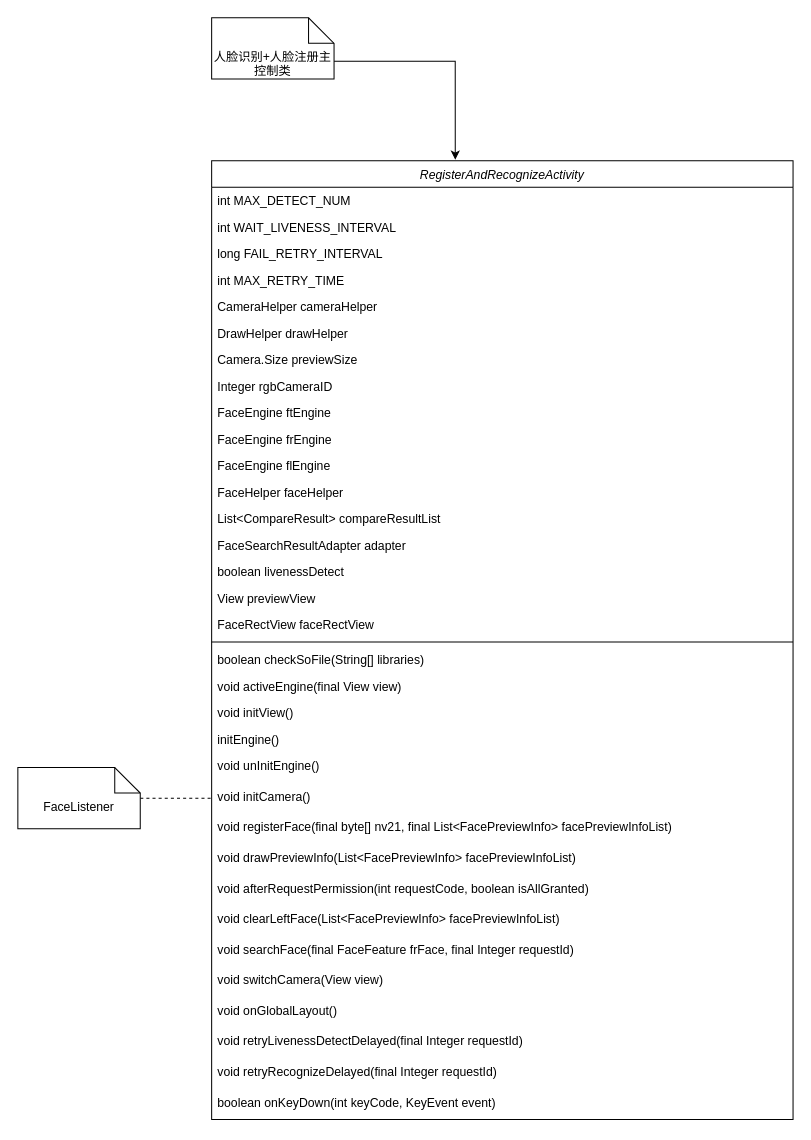
Earlier version of the draw.io diagram 人脸识别组件类图0.drawio (ColonelDarcy2018/excelsior). Source tidied: cells renumbered, new cells numbered last; positions are measured from the earlier drawing's top-left corner, leaving out a move shared by most shapes. Both pictures are drawn from the tidied source at 102%, with x=0, y=0 at pixel (17, 17).
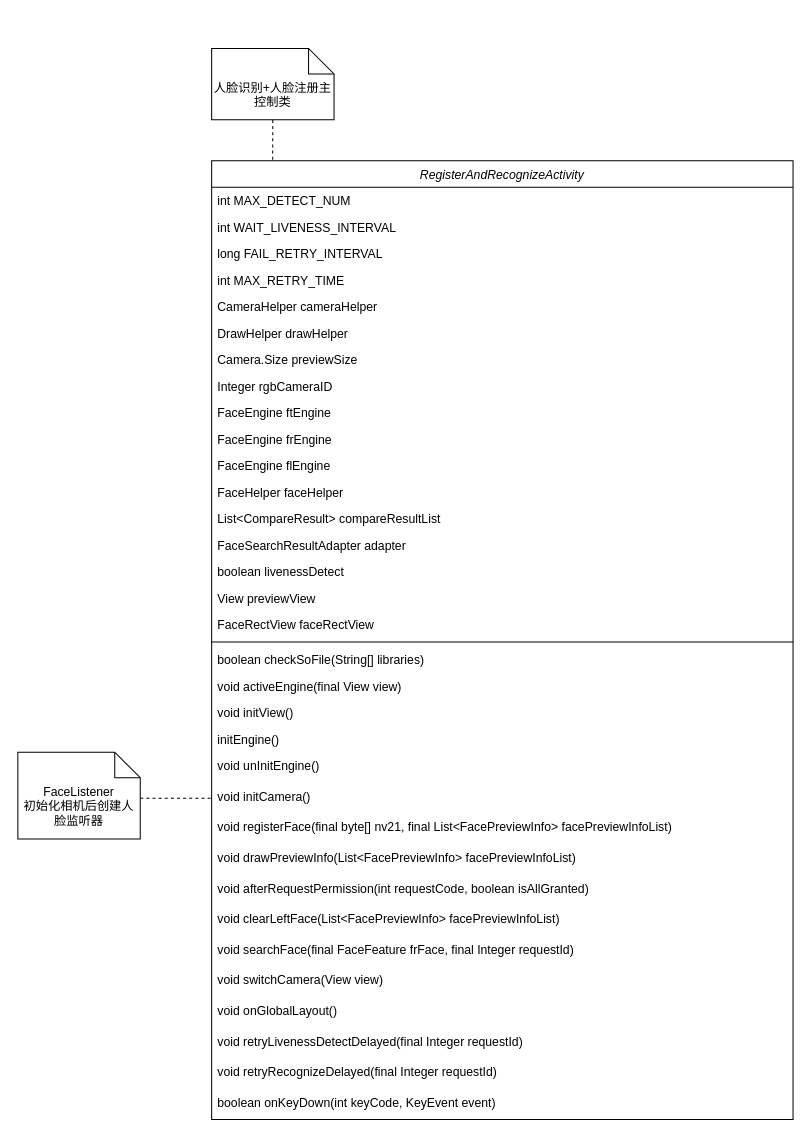
After the change.

Commit message (it also covers changes not shown here):
Update 人脸识别组件类图0.drawio

Unchanged cells that the change refers to:
```xml
<mxCell id="2" value="RegisterAndRecognizeActivity" style="swimlane;fontStyle=2;align=center;verticalAlign=top;horizontal=1;startSize=26;rounded=0;shadow=0;strokeWidth=1;" parent="1" vertex="1">
  <mxGeometry x="190" y="140" width="570" height="940" as="geometry" />
</mxCell>
```

What changed in the source:
```diff
@@
-    <mxCell id="38" value="FaceListener" style="shape=note2;boundedLbl=1;whiteSpace=wrap;html=1;size=25;verticalAlign=top;align=center;" parent="1" vertex="1">
-      <mxGeometry y="735" width="120" height="60" as="geometry" />
+    <mxCell id="38" value="FaceListener&lt;br&gt;初始化相机后创建人脸监听器" style="shape=note2;boundedLbl=1;whiteSpace=wrap;html=1;size=25;verticalAlign=top;align=center;" parent="1" vertex="1">
+      <mxGeometry y="720" width="120" height="85" as="geometry" />
     </mxCell>
-    <mxCell id="39" style="edgeStyle=orthogonalEdgeStyle;rounded=0;jettySize=auto;html=1;entryX=0.419;entryY=-0.001;entryDx=0;entryDy=0;entryPerimeter=0;exitX=0;exitY=0;exitDx=120;exitDy=42.5;exitPerimeter=0;" parent="1" edge="1" source="40" target="2">
-      <mxGeometry relative="1" as="geometry" />
-    </mxCell>
     <mxCell id="40" value="人脸识别+人脸注册主控制类" style="shape=note2;boundedLbl=1;whiteSpace=wrap;html=1;size=25;verticalAlign=top;align=center;" parent="1" vertex="1">
-      <mxGeometry x="190" width="120" height="60" as="geometry" />
+      <mxGeometry x="190" y="30" width="120" height="70" as="geometry" />
     </mxCell>
+    <mxCell id="41" style="endArrow=none;dashed=1;html=1;exitX=0.105;exitY=-0.001;exitDx=0;exitDy=0;exitPerimeter=0;" parent="1" edge="1" source="2" target="40">
+      <mxGeometry relative="1" as="geometry" />
+    </mxCell>
```
